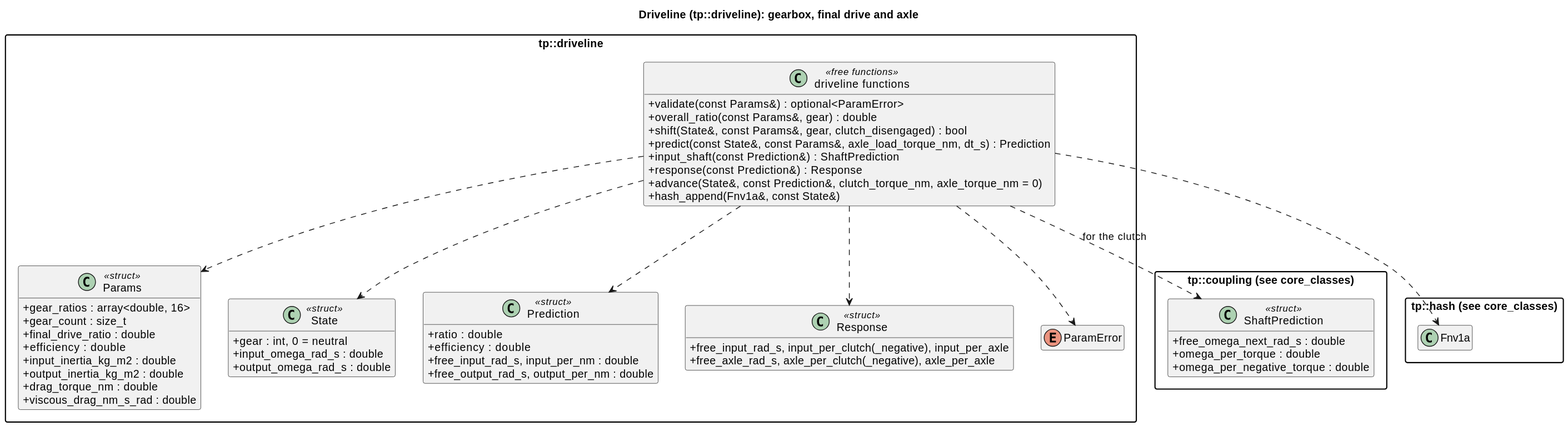
Above: docs/diagrams/svg/driveline_classes.svg in wversteeg/TractorPulling (PlantUML), before the change.
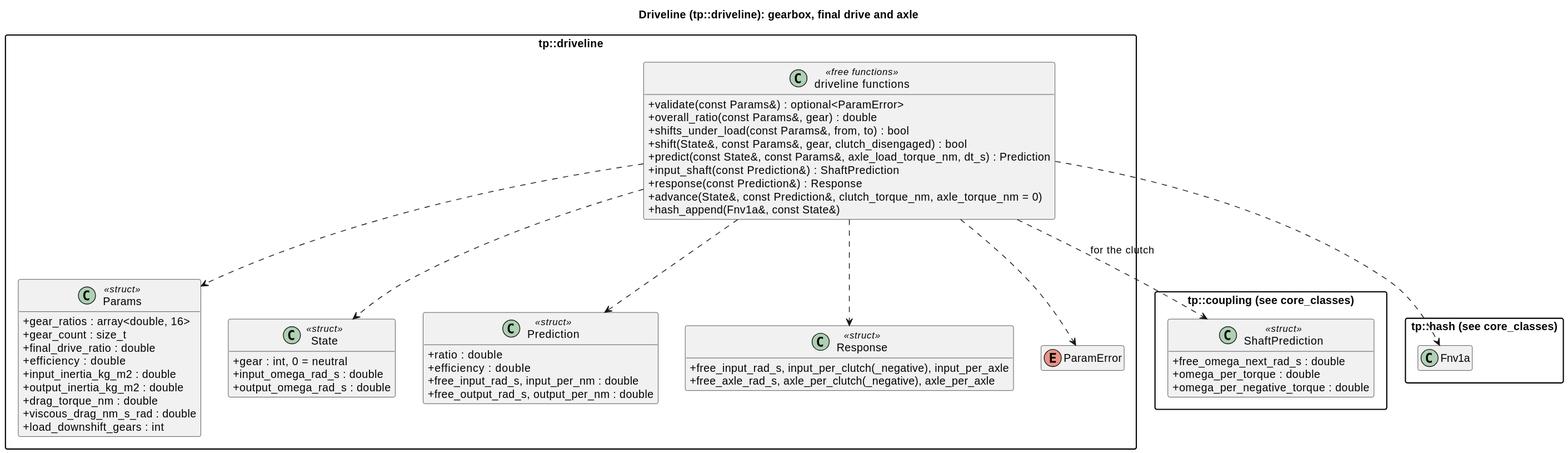
Above is the later version.

Diff of the diagram source:
```diff
@@ -25,6 +25,7 @@
     +output_inertia_kg_m2 : double
     +drag_torque_nm : double
     +viscous_drag_nm_s_rad : double
+    +load_downshift_gears : int
   }
   class State <<struct>> {
     +gear : int, 0 = neutral
@@ -45,6 +46,7 @@
   class "driveline functions" as DrivelineFns <<free functions>> {
     +validate(const Params&) : optional<ParamError>
     +overall_ratio(const Params&, gear) : double
+    +shifts_under_load(const Params&, from, to) : bool
     +shift(State&, const Params&, gear, clutch_disengaged) : bool
     +predict(const State&, const Params&, axle_load_torque_nm, dt_s) : Prediction
     +input_shaft(const Prediction&) : ShaftPrediction
```
